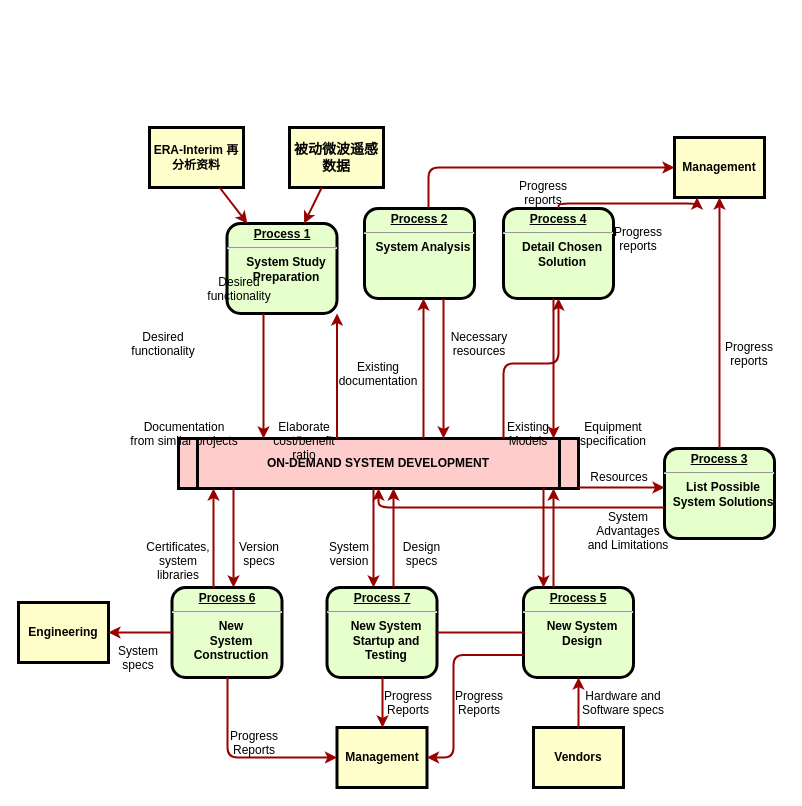
Above: 北极航道.drawio in huxinkan517/DRAW.IO (draw.io), before the change. Source tidied: cells renumbered, new cells numbered last; positions are measured from the earlier drawing's top-left corner, leaving out a move shared by most shapes. Both pictures are drawn from the tidied source at 100%, with x=0, y=0 at pixel (18, 127).
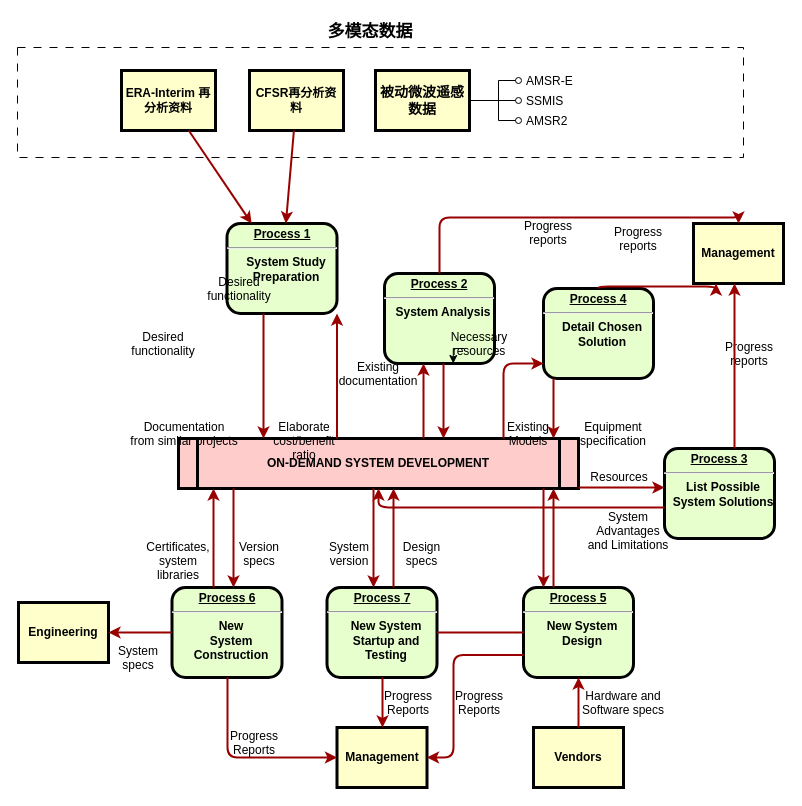
The same diagram, later.

Commit message:
更新北极航道.drawio

The change refers to these unchanged cells:
```xml
<mxCell id="28" value="Necessary&#10;resources" style="text;spacingTop=-5;align=center;" parent="1" vertex="1">
  <mxGeometry x="446" y="201" width="30" height="20" as="geometry" />
</mxCell>
```

Change to the diagram source:
```diff
@@
+    <mxCell id="63" style="rounded=0;whiteSpace=wrap;html=1;strokeColor=default;dashed=1;dashPattern=8 8;" parent="1" vertex="1">
+      <mxGeometry x="-1" y="-80" width="726" height="110" as="geometry" />
+    </mxCell>
@@
     <mxCell id="3" value="ERA-Interim 再分析资料" style="whiteSpace=wrap;align=center;verticalAlign=middle;fontStyle=1;strokeWidth=3;fillColor=#FFFFCC;fontSize=12;" parent="1" vertex="1">
-      <mxGeometry x="131" width="94" height="60" as="geometry" />
+      <mxGeometry x="103" y="-57" width="94" height="60" as="geometry" />
     </mxCell>
-    <mxCell id="4" value="被动微波遥感数据" style="whiteSpace=wrap;align=center;verticalAlign=middle;fontStyle=1;strokeWidth=3;fillColor=#FFFFCC;fontSize=14;" parent="1" vertex="1">
-      <mxGeometry x="271" width="94" height="60" as="geometry" />
+    <mxCell id="4" value="CFSR再分析资料" style="whiteSpace=wrap;align=center;verticalAlign=middle;fontStyle=1;strokeWidth=3;fillColor=#FFFFCC;fontSize=12;" parent="1" vertex="1">
+      <mxGeometry x="231" y="-57" width="94" height="60" as="geometry" />
     </mxCell>
@@
     <mxCell id="6" value="&lt;p style=&quot;margin: 0px; margin-top: 4px; text-align: center; text-decoration: underline;&quot;&gt;&lt;strong&gt;Process 2&lt;br /&gt;&lt;/strong&gt;&lt;/p&gt;&lt;hr /&gt;&lt;p style=&quot;margin: 0px; margin-left: 8px;&quot;&gt;System Analysis&lt;/p&gt;" style="verticalAlign=middle;align=center;overflow=fill;fontSize=12;fontFamily=Helvetica;html=1;rounded=1;fontStyle=1;strokeWidth=3;fillColor=#E6FFCC;" parent="1" vertex="1">
-      <mxGeometry x="346" y="81" width="110" height="90" as="geometry" />
+      <mxGeometry x="366" y="146" width="110" height="90" as="geometry" />
     </mxCell>
@@
     <mxCell id="8" value="&lt;p style=&quot;margin: 0px; margin-top: 4px; text-align: center; text-decoration: underline;&quot;&gt;&lt;strong&gt;&lt;strong&gt;Process&lt;/strong&gt; 4&lt;br /&gt;&lt;/strong&gt;&lt;/p&gt;&lt;hr /&gt;&lt;p style=&quot;margin: 0px; margin-left: 8px;&quot;&gt;Detail Chosen&lt;/p&gt;&lt;p style=&quot;margin: 0px; margin-left: 8px;&quot;&gt;Solution&lt;/p&gt;" style="verticalAlign=middle;align=center;overflow=fill;fontSize=12;fontFamily=Helvetica;html=1;rounded=1;fontStyle=1;strokeWidth=3;fillColor=#E6FFCC;" parent="1" vertex="1">
-      <mxGeometry x="485" y="81" width="110" height="90" as="geometry" />
+      <mxGeometry x="525" y="161" width="110" height="90" as="geometry" />
     </mxCell>
@@
     <mxCell id="11" value="Management" style="whiteSpace=wrap;align=center;verticalAlign=middle;fontStyle=1;strokeWidth=3;fillColor=#FFFFCC;" parent="1" vertex="1">
-      <mxGeometry x="656" y="10" width="90" height="60" as="geometry" />
+      <mxGeometry x="675" y="96" width="90" height="60" as="geometry" />
     </mxCell>
@@
+    <mxCell id="64" style="edgeStyle=orthogonalEdgeStyle;rounded=0;jettySize=auto;html=1;exitX=0;exitY=1;exitDx=0;exitDy=0;entryX=0.625;entryY=1;entryDx=0;entryDy=0;entryPerimeter=0;" parent="1" edge="1" source="28" target="6">
+      <mxGeometry relative="1" as="geometry" />
+    </mxCell>
@@
     <mxCell id="29" value="Progress&#10;reports" style="text;spacingTop=-5;align=center;" parent="1" vertex="1">
-      <mxGeometry x="510" y="50" width="30" height="20" as="geometry" />
+      <mxGeometry x="515" y="90" width="30" height="20" as="geometry" />
     </mxCell>
@@
     <mxCell id="32" style="edgeStyle=elbowEdgeStyle;elbow=horizontal;strokeColor=#990000;strokeWidth=2;" parent="1" edge="1" source="6" target="11">
       <mxGeometry relative="1" as="geometry">
         <Array as="points">
+          <mxPoint x="575" y="90" />
           <mxPoint x="410" y="90" />
         </Array>
       </mxGeometry>
     </mxCell>
@@
+    <mxCell id="65" style="edgeStyle=orthogonalEdgeStyle;rounded=0;jettySize=auto;html=1;exitX=1;exitY=0.5;exitDx=0;exitDy=0;endArrow=oval;endFill=0;" parent="1" edge="1" source="67">
+      <mxGeometry relative="1" as="geometry">
+        <mxPoint x="500" y="-47" as="targetPoint" />
+        <Array as="points">
+          <mxPoint x="480" y="-27" />
+          <mxPoint x="480" y="-47" />
+        </Array>
+      </mxGeometry>
+    </mxCell>
+    <mxCell id="66" style="edgeStyle=orthogonalEdgeStyle;rounded=0;jettySize=auto;html=1;exitX=1;exitY=0.5;exitDx=0;exitDy=0;endArrow=oval;endFill=0;" parent="1" edge="1" source="67">
+      <mxGeometry relative="1" as="geometry">
+        <mxPoint x="500" y="-27" as="targetPoint" />
+      </mxGeometry>
+    </mxCell>
+    <mxCell id="67" value="被动微波遥感数据" style="whiteSpace=wrap;align=center;verticalAlign=middle;fontStyle=1;strokeWidth=3;fillColor=#FFFFCC;fontSize=14;" parent="1" vertex="1">
+      <mxGeometry x="357" y="-57" width="94" height="60" as="geometry" />
+    </mxCell>
+    <mxCell id="68" style="edgeStyle=orthogonalEdgeStyle;rounded=0;jettySize=auto;html=1;exitX=1;exitY=0.5;exitDx=0;exitDy=0;endArrow=oval;endFill=0;" parent="1" edge="1" source="67">
+      <mxGeometry relative="1" as="geometry">
+        <mxPoint x="500" y="-7" as="targetPoint" />
+        <Array as="points">
+          <mxPoint x="480" y="-27" />
+          <mxPoint x="480" y="-7" />
+        </Array>
+      </mxGeometry>
+    </mxCell>
+    <mxCell id="69" value="&lt;span style=&quot;color: rgb(0, 0, 0); font-family: Helvetica; font-size: 12px; font-style: normal; font-variant-ligatures: normal; font-variant-caps: normal; font-weight: 400; letter-spacing: normal; orphans: 2; text-align: left; text-indent: 0px; text-transform: none; widows: 2; word-spacing: 0px; -webkit-text-stroke-width: 0px; background-color: rgb(251, 251, 251); text-decoration-thickness: initial; text-decoration-style: initial; text-decoration-color: initial; float: none; display: inline !important;&quot;&gt;SSMIS&lt;/span&gt;" style="text;whiteSpace=wrap;html=1;" parent="1" vertex="1">
+      <mxGeometry x="506" y="-40" width="80" height="40" as="geometry" />
+    </mxCell>
+    <mxCell id="70" value="AMSR-E" style="text;whiteSpace=wrap;html=1;" parent="1" vertex="1">
+      <mxGeometry x="506" y="-60" width="70" height="40" as="geometry" />
+    </mxCell>
+    <mxCell id="71" value="AMSR2" style="text;whiteSpace=wrap;html=1;" parent="1" vertex="1">
+      <mxGeometry x="506" y="-20" width="70" height="40" as="geometry" />
+    </mxCell>
+    <mxCell id="72" value="&lt;font style=&quot;font-size: 17px;&quot;&gt;多模态数据&lt;/font&gt;" style="text;html=1;strokeColor=none;fillColor=none;align=center;verticalAlign=middle;whiteSpace=wrap;rounded=0;fontStyle=1;" parent="1" vertex="1">
+      <mxGeometry x="284.5" y="-110" width="134" height="30" as="geometry" />
+    </mxCell>
```
